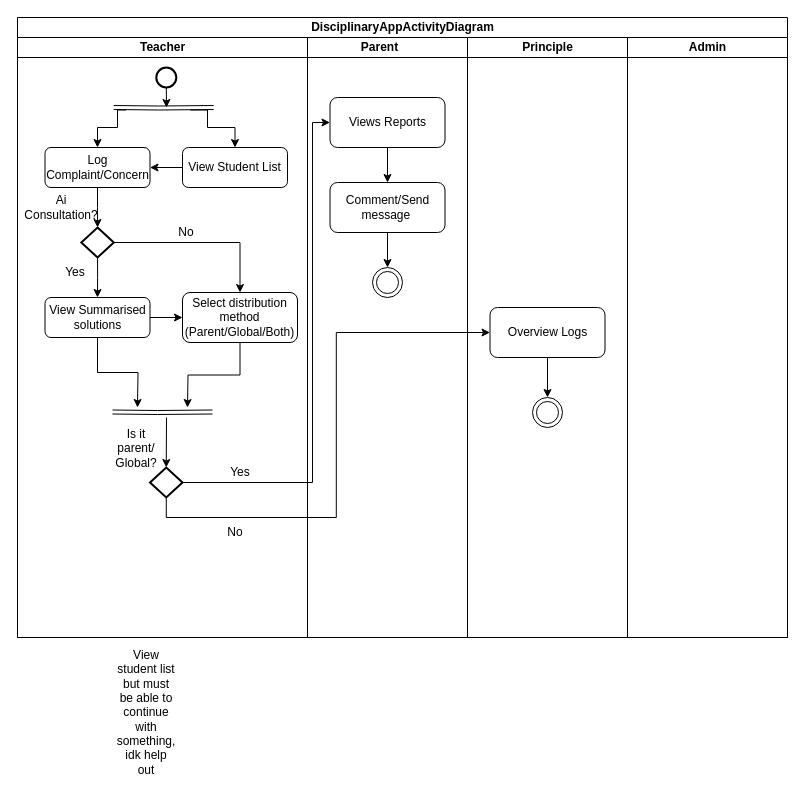
savage-kid-lk/discipline-management-app keeps this draw.io diagram as Documentation/Activity.drawio. Above is the earlier version. Source tidied: cells renumbered, new cells numbered last; positions are measured from the earlier drawing's top-left corner, leaving out a move shared by most shapes. Both pictures are drawn from the tidied source at 100%, with x=0, y=0 at pixel (17, 17).
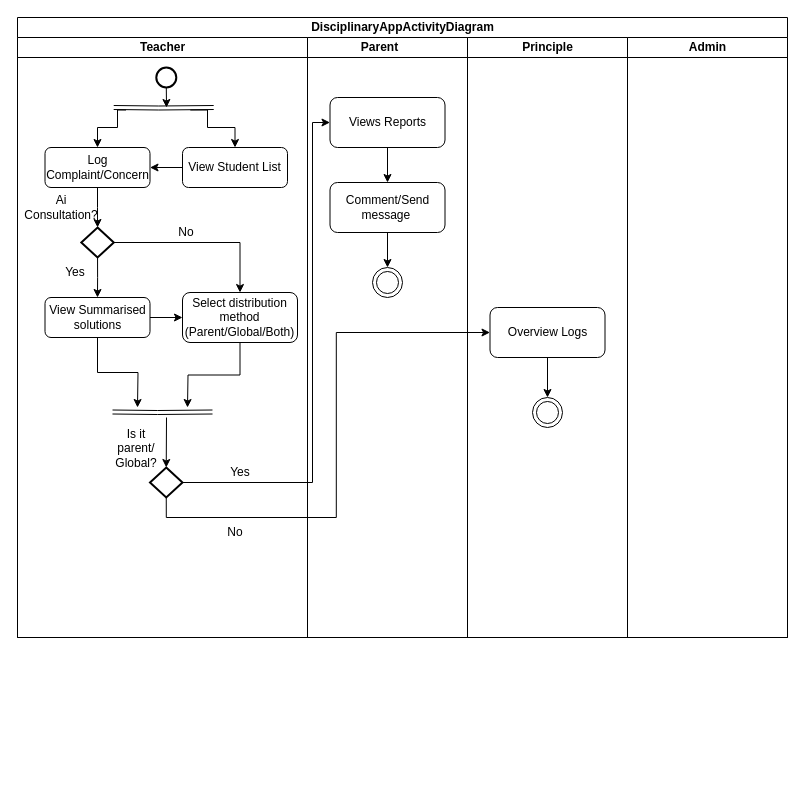
The same page after the edit.

Unchanged cells that the change refers to:
```xml
<mxCell id="3" value="Teacher" style="swimlane;html=1;startSize=20;" parent="2" vertex="1">
  <mxGeometry y="20" width="290" height="600" as="geometry" />
</mxCell>
```

Diff of the diagram source:
```diff
@@
-    <mxCell id="30" value="View student list but must be able to continue with something, idk help out" style="text;html=1;whiteSpace=wrap;strokeColor=none;fillColor=none;align=center;verticalAlign=middle;rounded=0;" parent="3" vertex="1">
-      <mxGeometry x="98.8" y="660" width="60" height="30" as="geometry" />
-    </mxCell>
```
